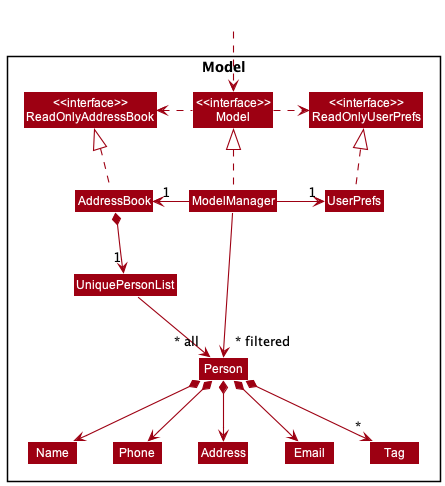
This is docs/images/ModelClassDiagram.png from nus-cs2103-AY2223S1/tp, a PlantUML export, as it was before one commit. Source of this version:
```plantuml
@startuml
!include style.puml
skinparam arrowThickness 1.1
skinparam arrowColor MODEL_COLOR
skinparam classBackgroundColor MODEL_COLOR

Package Model <<Rectangle>>{
Class "<<interface>>\nReadOnlyAddressBook" as ReadOnlyAddressBook
Class "<<interface>>\nReadOnlyUserPrefs" as ReadOnlyUserPrefs
Class "<<interface>>\nModel" as Model
Class AddressBook
Class ModelManager
Class UserPrefs

Class UniquePersonList
Class Person
Class Address
Class Email
Class Name
Class Phone
Class Tag

}

Class HiddenOutside #FFFFFF
HiddenOutside ..> Model

AddressBook .up.|> ReadOnlyAddressBook

ModelManager .up.|> Model
Model .right.> ReadOnlyUserPrefs
Model .left.> ReadOnlyAddressBook
ModelManager -left-> "1" AddressBook
ModelManager -right-> "1" UserPrefs
UserPrefs .up.|> ReadOnlyUserPrefs

AddressBook *--> "1" UniquePersonList
UniquePersonList --> "~* all" Person
Person *--> Name
Person *--> Phone
Person *--> Email
Person *--> Address
Person *--> "*" Tag

Name -[hidden]right-> Phone
Phone -[hidden]right-> Address
Address -[hidden]right-> Email

ModelManager -->"~* filtered" Person
@enduml
```
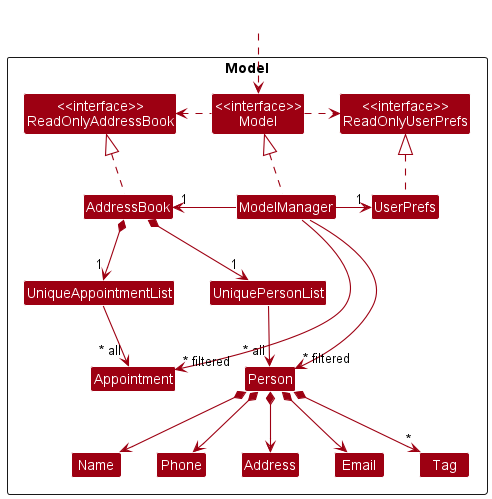
After the change.

Diff of the diagram source:
```diff
@@ -12,7 +12,9 @@
 Class ModelManager
 Class UserPrefs
 
+Class UniqueAppointmentList
 Class UniquePersonList
+Class Appointment
 Class Person
 Class Address
 Class Email
@@ -28,13 +30,15 @@
 AddressBook .up.|> ReadOnlyAddressBook
 
 ModelManager .up.|> Model
-Model .right.> ReadOnlyUserPrefs
+Model .right.-> ReadOnlyUserPrefs
 Model .left.> ReadOnlyAddressBook
 ModelManager -left-> "1" AddressBook
 ModelManager -right-> "1" UserPrefs
 UserPrefs .up.|> ReadOnlyUserPrefs
 
 AddressBook *--> "1" UniquePersonList
+AddressBook *--> "1" UniqueAppointmentList
+UniqueAppointmentList --> "~* all" Appointment
 UniquePersonList --> "~* all" Person
 Person *--> Name
 Person *--> Phone
@@ -47,4 +51,5 @@
 Address -[hidden]right-> Email
 
 ModelManager -->"~* filtered" Person
+ModelManager -->"~* filtered" Appointment
 @enduml
```
